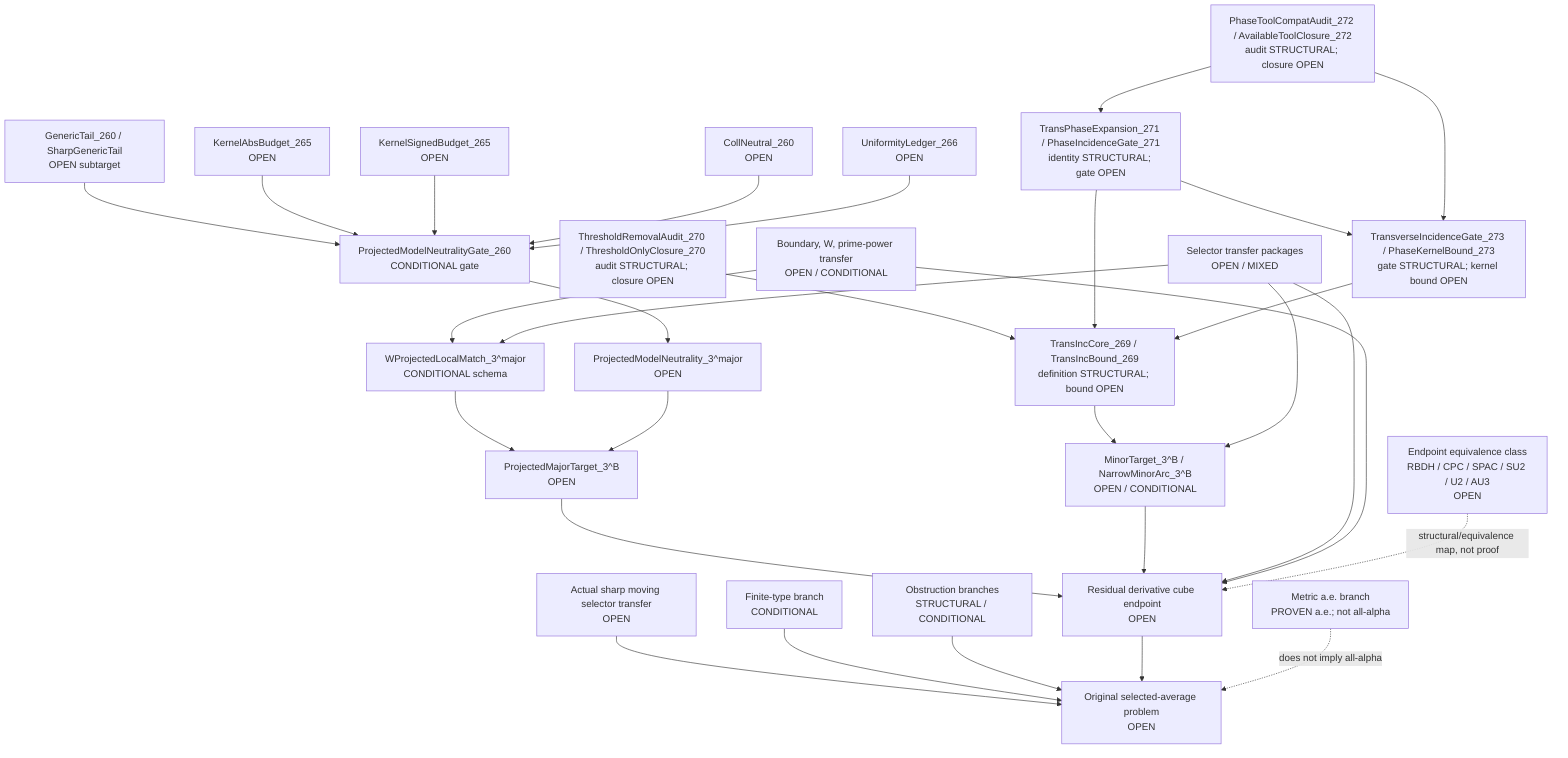
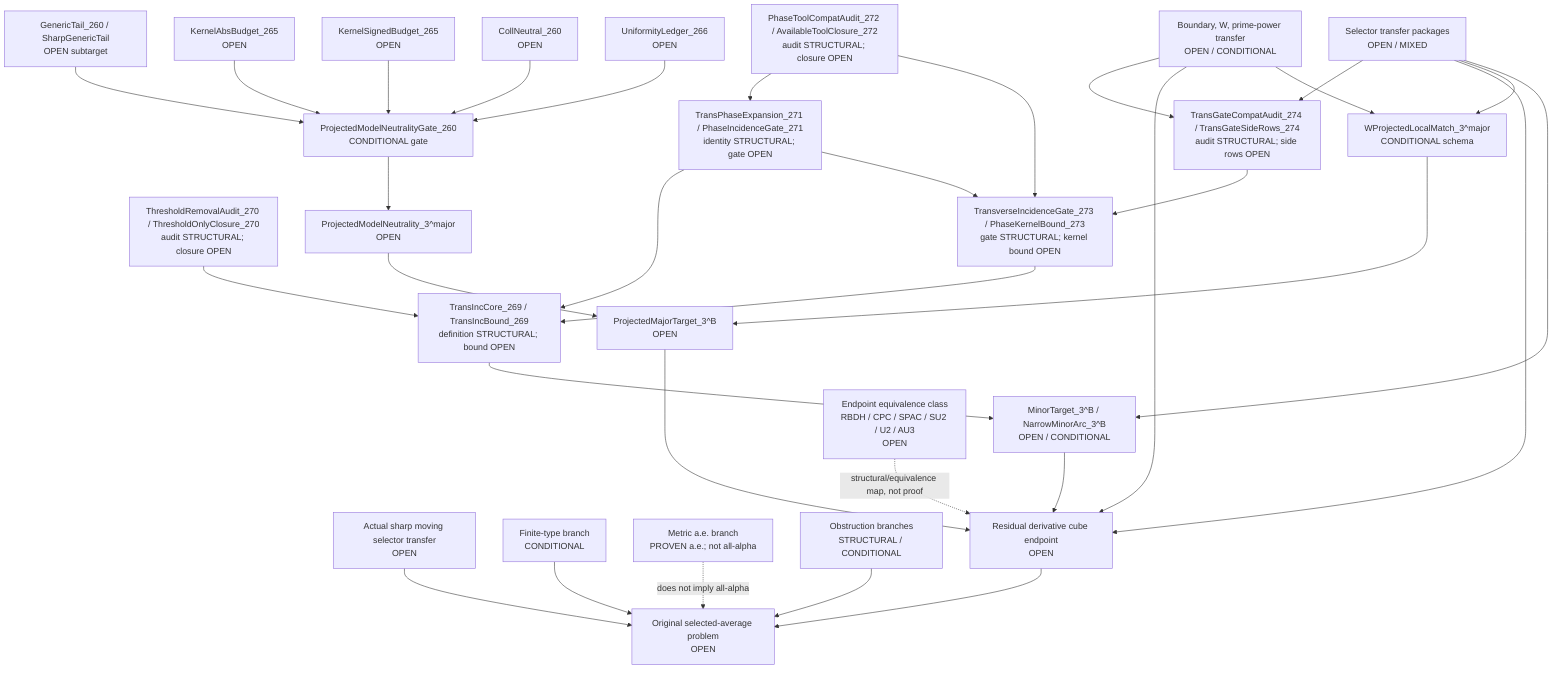
flowchart TD
  Original["Original selected-average problem<br/>OPEN"]
  SharpSel["Actual sharp moving selector transfer<br/>OPEN"]
  FiniteType["Finite-type branch<br/>CONDITIONAL"]
  Metric["Metric a.e. branch<br/>PROVEN a.e.; not all-alpha"]
  Obstruction["Obstruction branches<br/>STRUCTURAL / CONDITIONAL"]

  ResCube["Residual derivative cube endpoint<br/>OPEN"]
  MajorTarget["ProjectedMajorTarget_3^B<br/>OPEN"]
  MinorTarget["MinorTarget_3^B / NarrowMinorArc_3^B<br/>OPEN / CONDITIONAL"]
  TransInc["TransIncCore_269 / TransIncBound_269<br/>definition STRUCTURAL; bound OPEN"]
  ThresholdAudit["ThresholdRemovalAudit_270 / ThresholdOnlyClosure_270<br/>audit STRUCTURAL; closure OPEN"]
  PhaseExpansion["TransPhaseExpansion_271 / PhaseIncidenceGate_271<br/>identity STRUCTURAL; gate OPEN"]
  ToolCompat["PhaseToolCompatAudit_272 / AvailableToolClosure_272<br/>audit STRUCTURAL; closure OPEN"]
  TransGate["TransverseIncidenceGate_273 / PhaseKernelBound_273<br/>gate STRUCTURAL; kernel bound OPEN"]
+   TransGateCompat["TransGateCompatAudit_274 / TransGateSideRows_274<br/>audit STRUCTURAL; side rows OPEN"]
  SelectorTransfer["Selector transfer packages<br/>OPEN / MIXED"]
  BoundaryTransfer["Boundary, W, prime-power transfer<br/>OPEN / CONDITIONAL"]

  WLocal["WProjectedLocalMatch_3^major<br/>CONDITIONAL schema"]
  ModelNeutral["ProjectedModelNeutrality_3^major<br/>OPEN"]
  PMNGate["ProjectedModelNeutralityGate_260<br/>CONDITIONAL gate"]
  GenericTail["GenericTail_260 / SharpGenericTail<br/>OPEN subtarget"]
  KernelAbs["KernelAbsBudget_265<br/>OPEN"]
  KernelSigned["KernelSignedBudget_265<br/>OPEN"]
  CollNeutral["CollNeutral_260<br/>OPEN"]
  Uniformity["UniformityLedger_266<br/>OPEN"]

  EndpointClass["Endpoint equivalence class<br/>RBDH / CPC / SPAC / SU2 / U2 / AU3<br/>OPEN"]

  SharpSel --> Original
  FiniteType --> Original
  Obstruction --> Original
  ResCube --> Original
  Metric -. "does not imply all-alpha" .-> Original

  MajorTarget --> ResCube
  MinorTarget --> ResCube
  TransInc --> MinorTarget
  ThresholdAudit --> TransInc
  PhaseExpansion --> TransInc
  ToolCompat --> PhaseExpansion
  TransGate --> TransInc
  PhaseExpansion --> TransGate
  ToolCompat --> TransGate
+   TransGateCompat --> TransGate
+   SelectorTransfer --> TransGateCompat
+   BoundaryTransfer --> TransGateCompat
  SelectorTransfer --> ResCube
  BoundaryTransfer --> ResCube
  EndpointClass -. "structural/equivalence map, not proof" .-> ResCube

  WLocal --> MajorTarget
  ModelNeutral --> MajorTarget

  PMNGate --> ModelNeutral
  GenericTail --> PMNGate
  KernelAbs --> PMNGate
  KernelSigned --> PMNGate
  CollNeutral --> PMNGate
  Uniformity --> PMNGate

  BoundaryTransfer --> WLocal
  SelectorTransfer --> WLocal
  SelectorTransfer --> MinorTarget
